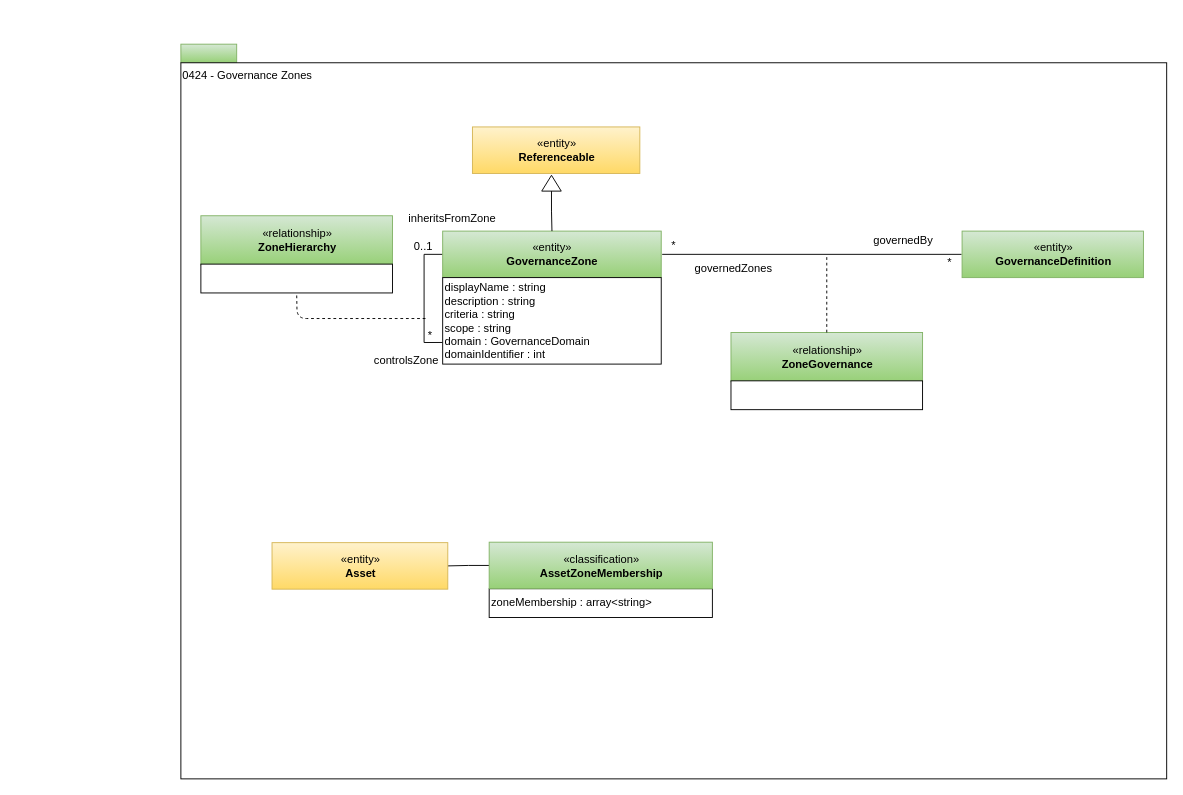
Above: page "0424-Governance-Zones" (10 of 25) of open-metadata-publication/website/open-metadata-types/area-4-governance.drawio in odpi/egeria (draw.io), before the change. Source tidied: cells renumbered, new cells numbered last; positions are measured from the earlier drawing's top-left corner, leaving out a move shared by most shapes. Both pictures are drawn from the tidied source at 93%, with x=0, y=0 at pixel (180, 44).
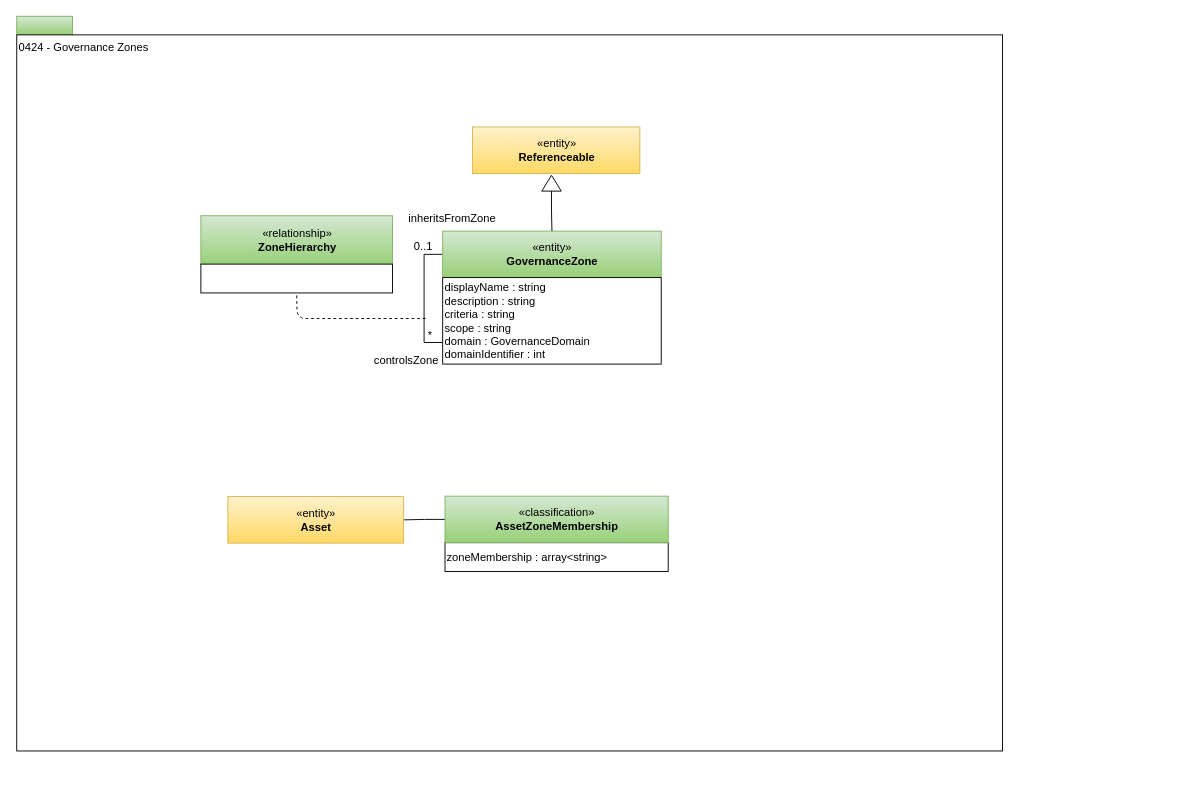
After the change.

Change to the diagram source:
```diff
@@
     <mxCell id="2" style="rounded=0;whiteSpace=wrap;html=1;align=left;fillColor=#d5e8d4;strokeColor=#82b366;gradientColor=#97d077;" parent="1" vertex="1">
-      <mxGeometry width="60" height="20" as="geometry" />
+      <mxGeometry x="-176.5" y="-30" width="60" height="20" as="geometry" />
     </mxCell>
     <mxCell id="3" value="0424 - Governance Zones" style="rounded=0;whiteSpace=wrap;html=1;align=left;verticalAlign=top;" parent="1" vertex="1">
-      <mxGeometry y="20" width="1060" height="770" as="geometry" />
+      <mxGeometry x="-176.5" y="-10" width="1060" height="770" as="geometry" />
     </mxCell>
@@
     <mxCell id="5" value="«entity»&lt;br&gt;&lt;b&gt;Asset&lt;/b&gt;" style="html=1;strokeColor=#d6b656;align=center;fillColor=#fff2cc;gradientColor=#ffd966;" parent="1" vertex="1">
-      <mxGeometry x="98" y="536" width="189" height="50" as="geometry" />
+      <mxGeometry x="50.5" y="486.5" width="189" height="50" as="geometry" />
     </mxCell>
     <mxCell id="6" value="zoneMembership : array&amp;lt;string&amp;gt;&lt;br&gt;&lt;div style=&quot;text-align: left&quot;&gt;&lt;/div&gt;" style="rounded=0;whiteSpace=wrap;html=1;strokeColor=#000000;gradientColor=#ffffff;align=left;" parent="1" vertex="1">
-      <mxGeometry x="331.5" y="585.5" width="240" height="31" as="geometry" />
+      <mxGeometry x="284" y="536" width="240" height="31" as="geometry" />
     </mxCell>
     <mxCell id="7" value="«classification»&lt;br&gt;&lt;b&gt;AssetZoneMembership&lt;/b&gt;" style="html=1;strokeColor=#82b366;align=center;fillColor=#d5e8d4;gradientColor=#97d077;" parent="1" vertex="1">
-      <mxGeometry x="331.5" y="535.5" width="240" height="50" as="geometry" />
+      <mxGeometry x="284" y="486" width="240" height="50" as="geometry" />
     </mxCell>
@@
-    <mxCell id="14" style="edgeStyle=orthogonalEdgeStyle;rounded=0;html=1;exitX=1;exitY=0.5;entryX=0;entryY=0.5;jettySize=auto;orthogonalLoop=1;endArrow=none;endFill=0;" parent="1" edge="1">
-      <mxGeometry relative="1" as="geometry">
-        <mxPoint x="517.5" y="226" as="sourcePoint" />
-        <mxPoint x="839.5" y="226" as="targetPoint" />
-      </mxGeometry>
-    </mxCell>
-    <mxCell id="15" value="*" style="text;html=1;strokeColor=none;fillColor=none;align=center;verticalAlign=middle;whiteSpace=wrap;rounded=0;" parent="1" vertex="1">
-      <mxGeometry x="813.5" y="226" width="26" height="18" as="geometry" />
-    </mxCell>
-    <mxCell id="16" value="«relationship»&lt;br&gt;&lt;b&gt;ZoneGovernance&lt;/b&gt;" style="html=1;strokeColor=#82b366;align=center;fillColor=#d5e8d4;gradientColor=#97d077;" parent="1" vertex="1">
-      <mxGeometry x="591.5" y="310" width="206" height="53" as="geometry" />
-    </mxCell>
-    <mxCell id="17" style="endArrow=none;dashed=1;html=1;" parent="1" edge="1" target="16">
-      <mxGeometry relative="1" as="geometry">
-        <mxPoint x="694.5" y="229" as="sourcePoint" />
-      </mxGeometry>
-    </mxCell>
-    <mxCell id="18" style="rounded=0;whiteSpace=wrap;html=1;strokeColor=#000000;gradientColor=#ffffff;align=left;" parent="1" vertex="1">
-      <mxGeometry x="591.5" y="362" width="206" height="31" as="geometry" />
-    </mxCell>
-    <mxCell id="19" value="governedBy" style="text;html=1;strokeColor=none;fillColor=none;align=center;verticalAlign=middle;whiteSpace=wrap;rounded=0;" parent="1" vertex="1">
-      <mxGeometry x="713.5" y="201" width="126" height="20" as="geometry" />
-    </mxCell>
-    <mxCell id="20" value="governedZones" style="text;html=1;strokeColor=none;fillColor=none;align=center;verticalAlign=middle;whiteSpace=wrap;rounded=0;" parent="1" vertex="1">
-      <mxGeometry x="527" y="231" width="135" height="20" as="geometry" />
-    </mxCell>
-    <mxCell id="21" value="*" style="text;html=1;strokeColor=none;fillColor=none;align=center;verticalAlign=middle;whiteSpace=wrap;rounded=0;" parent="1" vertex="1">
-      <mxGeometry x="517" y="208" width="26" height="18" as="geometry" />
-    </mxCell>
-    <mxCell id="22" value="«entity»&lt;br&gt;&lt;b&gt;GovernanceDefinition&lt;/b&gt;" style="html=1;strokeColor=#82b366;align=center;fillColor=#d5e8d4;gradientColor=#97d077;" parent="1" vertex="1">
-      <mxGeometry x="840" y="201" width="195" height="50" as="geometry" />
-    </mxCell>
```
